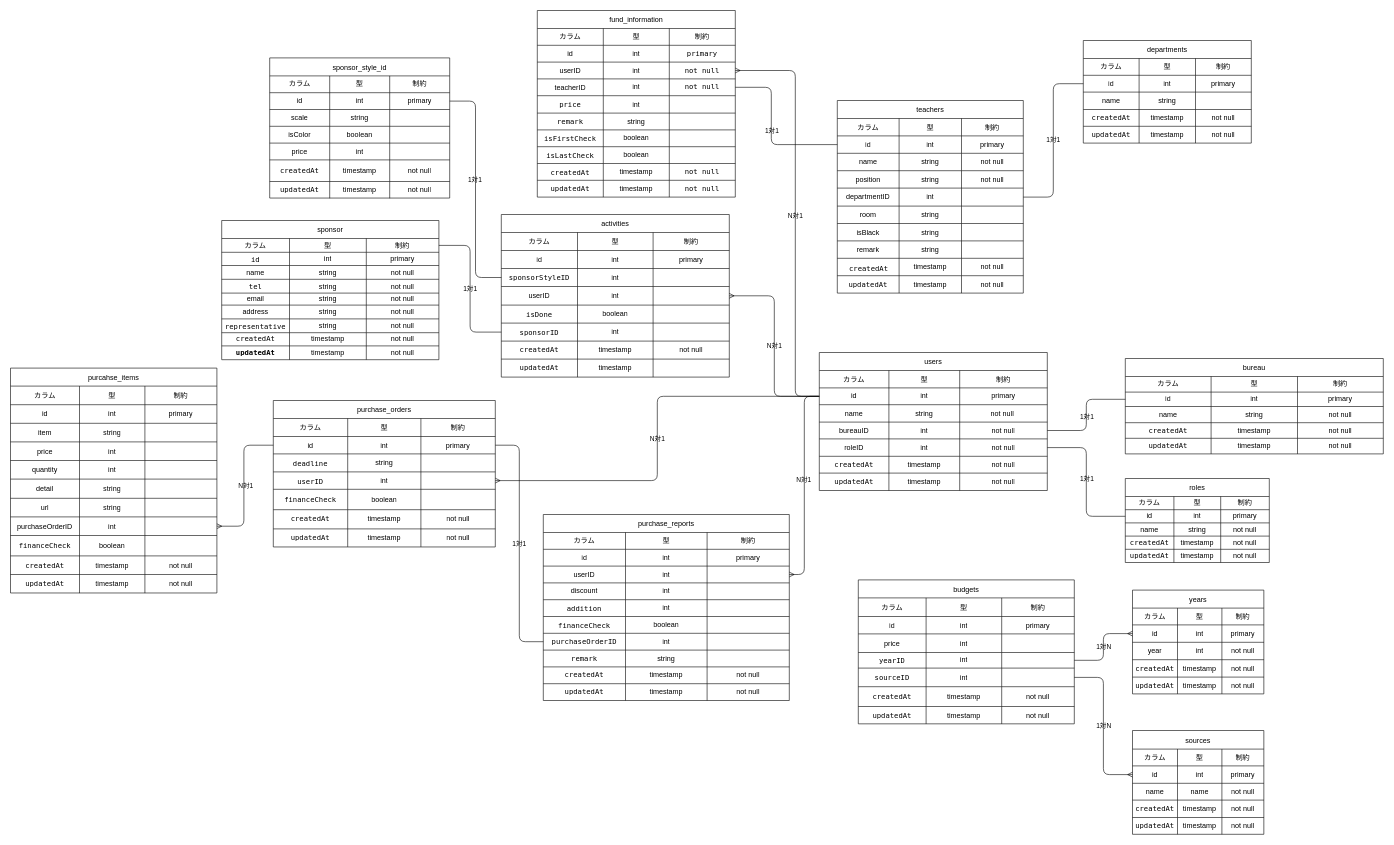
NUTFes/FinanSu keeps this draw.io diagram as finansu-ER.drawio. Above is the earlier version. Source tidied: cells renumbered, new cells numbered last; positions are measured from the earlier drawing's top-left corner, leaving out a move shared by most shapes. Both pictures are drawn from the tidied source at 60%, with x=0, y=0 at pixel (10, 10).
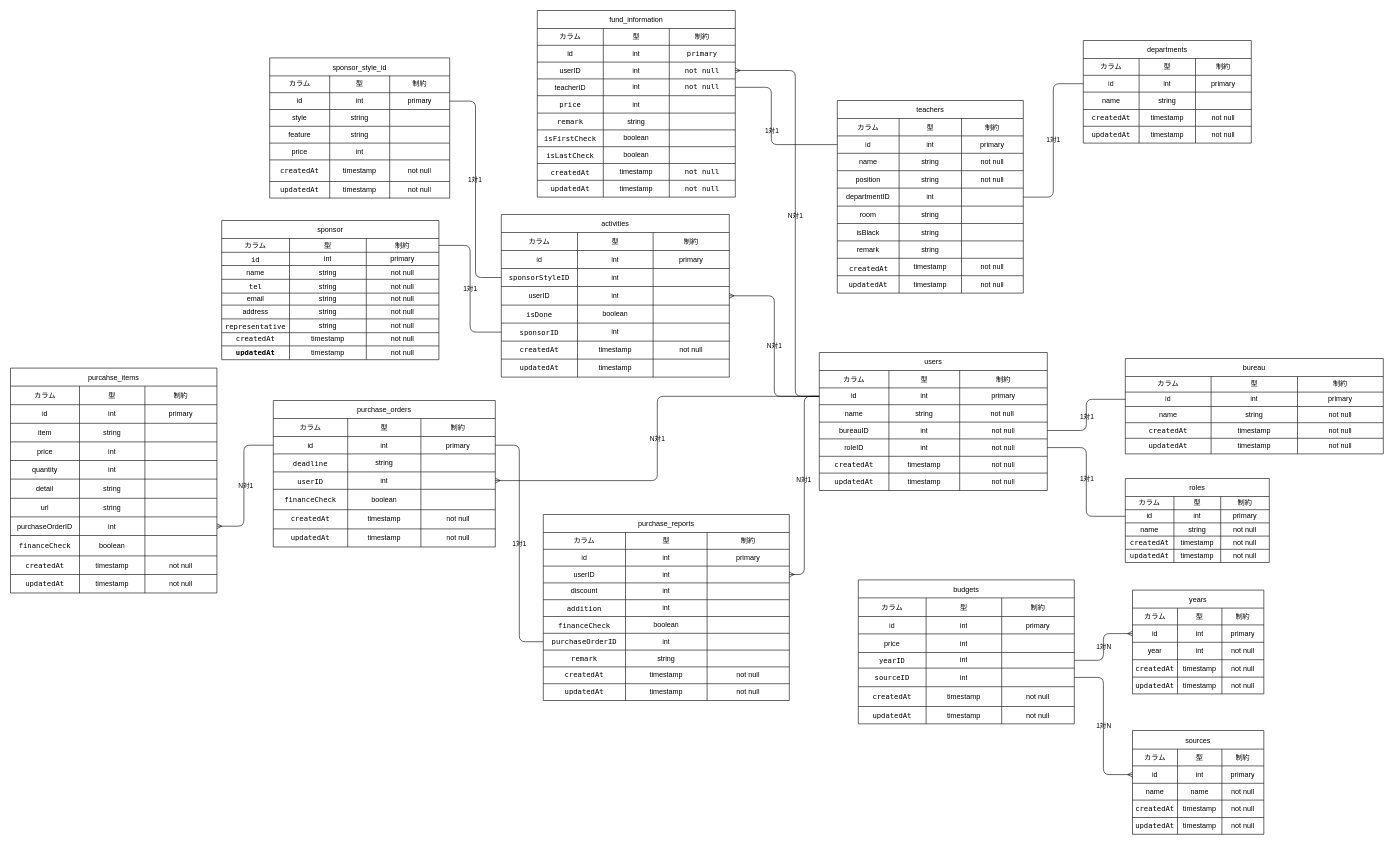
The same diagram, later.

Unchanged cells that the change refers to:
```xml
<mxCell id="419" style="shape=partialRectangle;fillColor=none;top=0;left=0;bottom=0;right=0;labelBackgroundColor=none;fontColor=default;" parent="410" vertex="1">
  <mxGeometry y="86" width="300" height="28" as="geometry" />
</mxCell>
<mxCell id="423" style="shape=partialRectangle;fillColor=none;top=0;left=0;bottom=0;right=0;labelBackgroundColor=none;fontColor=default;" parent="410" vertex="1">
  <mxGeometry y="114" width="300" height="28" as="geometry" />
</mxCell>
```

Change to the diagram source:
```diff
@@
-    <mxCell id="420" value="scale" style="shape=partialRectangle;html=1;whiteSpace=wrap;overflow=hidden;fillColor=none;top=0;left=0;bottom=0;right=0;labelBackgroundColor=none;fontColor=default;" parent="419" vertex="1">
+    <mxCell id="420" value="style" style="shape=partialRectangle;html=1;whiteSpace=wrap;overflow=hidden;fillColor=none;top=0;left=0;bottom=0;right=0;labelBackgroundColor=none;fontColor=default;" parent="419" vertex="1">
       <mxGeometry width="100" height="28" as="geometry" />
     </mxCell>
@@
-    <mxCell id="424" value="isColor" style="shape=partialRectangle;html=1;whiteSpace=wrap;overflow=hidden;fillColor=none;top=0;left=0;bottom=0;right=0;labelBackgroundColor=none;fontColor=default;" parent="423" vertex="1">
+    <mxCell id="424" value="feature" style="shape=partialRectangle;html=1;whiteSpace=wrap;overflow=hidden;fillColor=none;top=0;left=0;bottom=0;right=0;labelBackgroundColor=none;fontColor=default;" parent="423" vertex="1">
       <mxGeometry width="100" height="28" as="geometry" />
     </mxCell>
-    <mxCell id="425" value="boolean" style="shape=partialRectangle;html=1;whiteSpace=wrap;overflow=hidden;fillColor=none;top=0;left=0;bottom=0;right=0;labelBackgroundColor=none;fontColor=default;" parent="423" vertex="1">
+    <mxCell id="425" value="string" style="shape=partialRectangle;html=1;whiteSpace=wrap;overflow=hidden;fillColor=none;top=0;left=0;bottom=0;right=0;labelBackgroundColor=none;fontColor=default;" parent="423" vertex="1">
       <mxGeometry x="100" width="100" height="28" as="geometry" />
     </mxCell>
```
